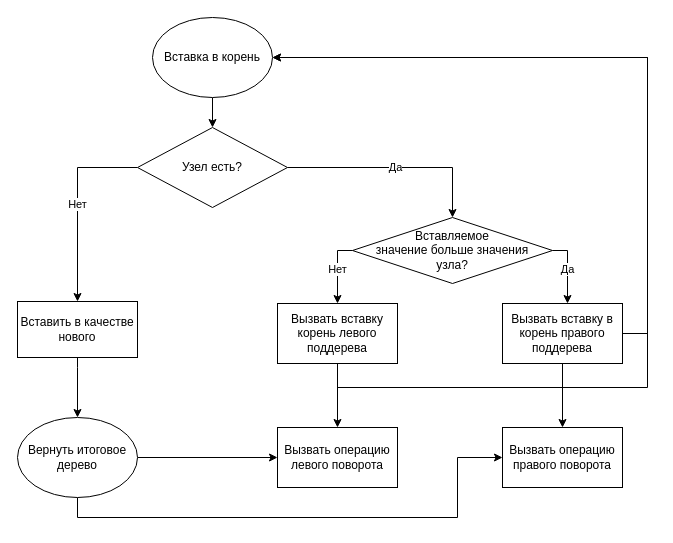
Above: page "Вставка в корень" (10 of 13) of Лекции/2022/7/RT.drawio in MUCTR-IKT-CPP/algorithms-2cpp (draw.io), before the change. Source tidied: cells renumbered, new cells numbered last; positions are measured from the earlier drawing's top-left corner, leaving out a move shared by most shapes. Both pictures are drawn from the tidied source at 100%, with x=0, y=0 at pixel (17, 17).
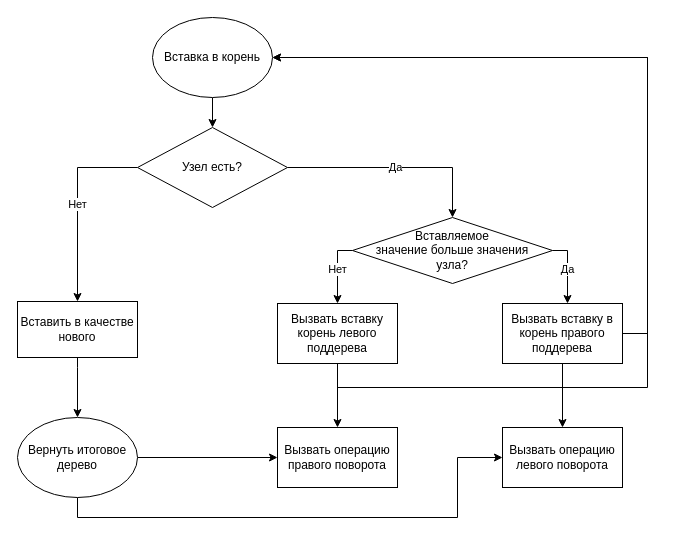
The same page after the edit.

Change to the diagram source:
```diff
@@
-    <mxCell id="21" value="Вызвать операцию левого поворота" style="rounded=0;whiteSpace=wrap;html=1;" parent="1" vertex="1">
+    <mxCell id="21" value="Вызвать операцию правого поворота" style="rounded=0;whiteSpace=wrap;html=1;" parent="1" vertex="1">
       <mxGeometry x="260" y="410" width="120" height="60" as="geometry" />
     </mxCell>
-    <mxCell id="22" value="Вызвать операцию правого поворота" style="rounded=0;whiteSpace=wrap;html=1;" parent="1" vertex="1">
+    <mxCell id="22" value="Вызвать операцию левого поворота" style="rounded=0;whiteSpace=wrap;html=1;" parent="1" vertex="1">
       <mxGeometry x="485" y="410" width="120" height="60" as="geometry" />
     </mxCell>
```
